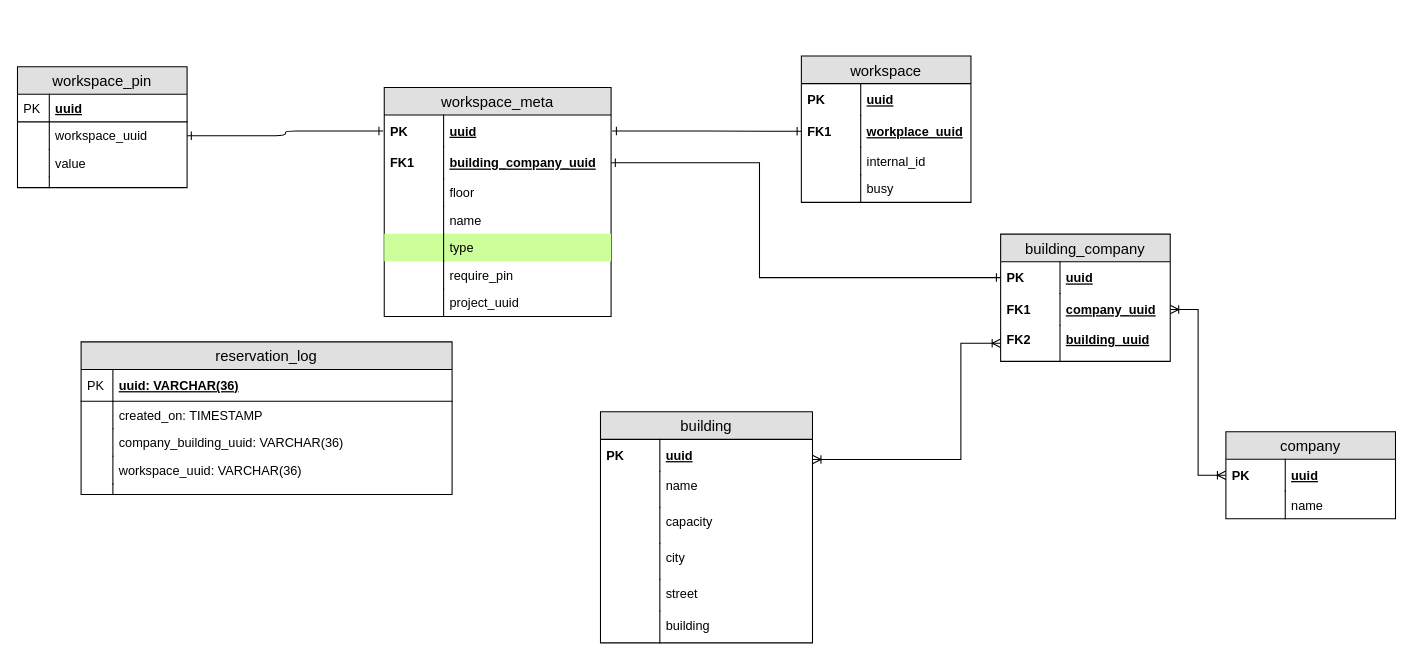
The draw.io diagram workplace-reservation-service-erd.drawio in Hunkizzz/project-zebra-diagrams, before the edit. Source tidied: cells renumbered, new cells numbered last; positions are measured from the earlier drawing's top-left corner, leaving out a move shared by most shapes. Both pictures are drawn from the tidied source at 106%, with x=0, y=0 at pixel (17, 55).
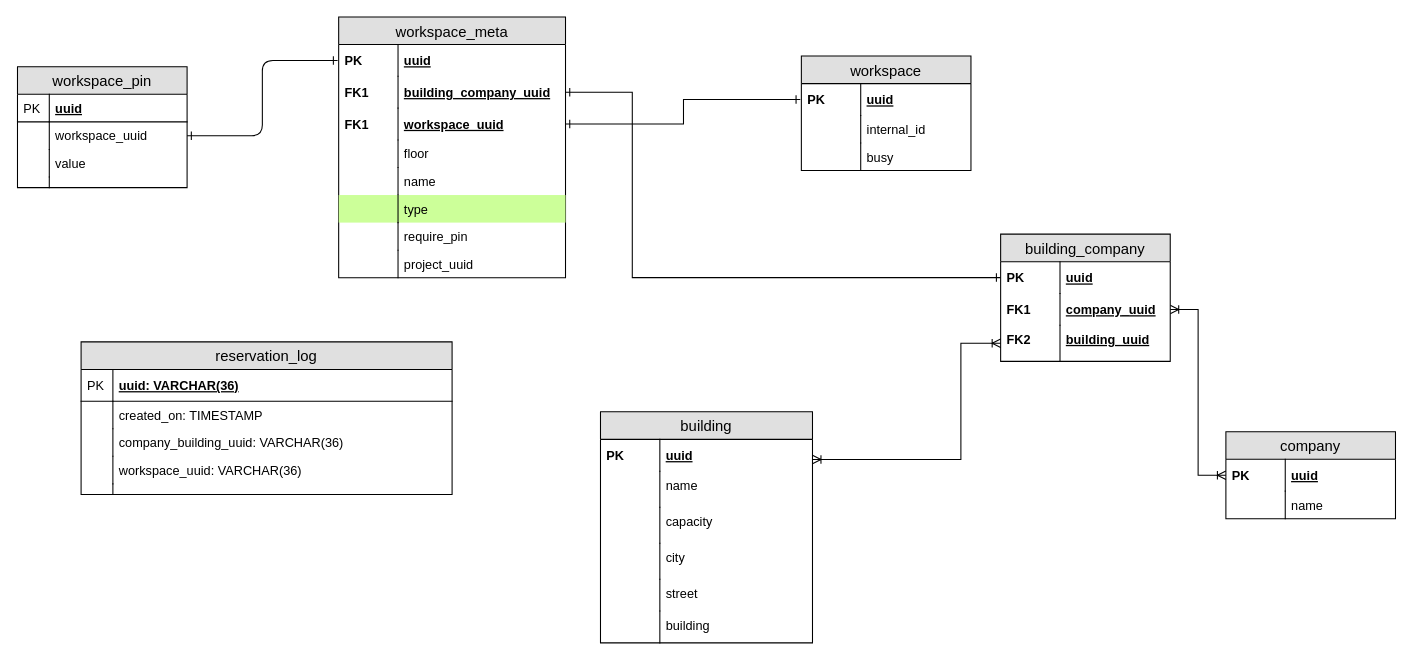
After the change.

Unchanged cells that the change refers to:
```xml
<mxCell id="8" value="uuid" style="shape=partialRectangle;top=0;left=0;right=0;bottom=0;align=left;verticalAlign=middle;fillColor=none;spacingLeft=60;spacingRight=4;overflow=hidden;points=[[0,0.5],[1,0.5]];portConstraint=eastwest;fontStyle=5;fontSize=12;perimeterSpacing=1;" parent="7" vertex="1">
  <mxGeometry y="26" width="160" height="30" as="geometry" />
</mxCell>
<mxCell id="32" value="uuid" style="shape=partialRectangle;top=0;left=0;right=0;bottom=0;align=left;verticalAlign=middle;fillColor=none;spacingLeft=60;spacingRight=4;overflow=hidden;points=[[0,0.5],[1,0.5]];portConstraint=eastwest;fontStyle=5;fontSize=12;" parent="31" vertex="1">
  <mxGeometry y="26" width="160" height="30" as="geometry" />
</mxCell>
<mxCell id="51" value="uuid" style="shape=partialRectangle;top=0;left=0;right=0;bottom=0;align=left;verticalAlign=middle;fillColor=none;spacingLeft=60;spacingRight=4;overflow=hidden;points=[[0,0.5],[1,0.5]];portConstraint=eastwest;fontStyle=5;fontSize=12;perimeterSpacing=1;" parent="50" vertex="1">
  <mxGeometry y="26" width="214" height="30" as="geometry" />
</mxCell>
<mxCell id="53" value="building_company_uuid" style="shape=partialRectangle;top=0;left=0;right=0;bottom=0;align=left;verticalAlign=middle;fillColor=none;spacingLeft=60;spacingRight=4;overflow=hidden;points=[[0,0.5],[1,0.5]];portConstraint=eastwest;fontStyle=5;fontSize=12;" parent="50" vertex="1">
  <mxGeometry y="56" width="214" height="30" as="geometry" />
</mxCell>
```

The edit, as a diff of the source:
```diff
@@
     <mxCell id="7" value="workspace" style="swimlane;fontStyle=0;horizontal=1;startSize=26;fillColor=#e0e0e0;swimlaneFillColor=#ffffff;align=center;fontSize=14;" parent="1" vertex="1">
-      <mxGeometry x="739.5" y="0.4" width="160" height="138" as="geometry" />
+      <mxGeometry x="739.5" y="0.4" width="160" height="108" as="geometry" />
     </mxCell>
@@
-    <mxCell id="10" value="workplace_uuid" style="shape=partialRectangle;top=0;left=0;right=0;bottom=0;align=left;verticalAlign=middle;fillColor=none;spacingLeft=60;spacingRight=4;overflow=hidden;points=[[0,0.5],[1,0.5]];portConstraint=eastwest;fontStyle=5;fontSize=12;" parent="7" vertex="1">
-      <mxGeometry y="56" width="160" height="30" as="geometry" />
-    </mxCell>
-    <mxCell id="11" value="FK1" style="shape=partialRectangle;fontStyle=1;top=0;left=0;bottom=0;fillColor=none;align=left;verticalAlign=middle;spacingLeft=4;spacingRight=4;overflow=hidden;fontSize=12;" parent="10" vertex="1">
-      <mxGeometry width="56" height="30" as="geometry" />
-    </mxCell>
     <mxCell id="12" value="internal_id" style="shape=partialRectangle;top=0;left=0;right=0;bottom=0;align=left;verticalAlign=top;fillColor=none;spacingLeft=60;spacingRight=4;overflow=hidden;fontSize=12;" parent="7" vertex="1">
-      <mxGeometry y="86" width="160" height="26" as="geometry" />
+      <mxGeometry y="56" width="160" height="26" as="geometry" />
     </mxCell>
@@
     <mxCell id="14" value="busy" style="shape=partialRectangle;top=0;left=0;right=0;bottom=0;align=left;verticalAlign=top;fillColor=none;spacingLeft=60;spacingRight=4;overflow=hidden;fontSize=12;" parent="7" vertex="1">
-      <mxGeometry y="112" width="160" height="26" as="geometry" />
+      <mxGeometry y="82" width="160" height="26" as="geometry" />
     </mxCell>
@@
     <mxCell id="29" style="edgeStyle=orthogonalEdgeStyle;rounded=0;jettySize=auto;html=1;entryX=0;entryY=0.5;entryDx=0;entryDy=0;startArrow=ERone;startFill=0;endArrow=ERone;endFill=0;exitX=1;exitY=0.5;exitDx=0;exitDy=0;" parent="1" edge="1" source="53" target="32">
       <mxGeometry relative="1" as="geometry">
         <Array as="points">
-          <mxPoint x="700" y="101" />
-          <mxPoint x="700" y="209" />
+          <mxPoint x="580" y="35" />
+          <mxPoint x="580" y="210" />
         </Array>
       </mxGeometry>
     </mxCell>
@@
     <mxCell id="50" value="workspace_meta" style="swimlane;fontStyle=0;horizontal=1;startSize=26;fillColor=#e0e0e0;swimlaneFillColor=#ffffff;align=center;fontSize=14;" parent="1" vertex="1">
-      <mxGeometry x="346" y="30" width="214" height="216" as="geometry" />
+      <mxGeometry x="303" y="-36.5" width="214" height="246" as="geometry" />
     </mxCell>
@@
+    <mxCell id="76" value="workspace_uuid" style="shape=partialRectangle;top=0;left=0;right=0;bottom=0;align=left;verticalAlign=middle;fillColor=none;spacingLeft=60;spacingRight=4;overflow=hidden;points=[[0,0.5],[1,0.5]];portConstraint=eastwest;fontStyle=5;fontSize=12;" parent="50" vertex="1">
+      <mxGeometry y="86" width="214" height="30" as="geometry" />
+    </mxCell>
+    <mxCell id="11" value="FK1" style="shape=partialRectangle;fontStyle=1;top=0;left=0;bottom=0;fillColor=none;align=left;verticalAlign=middle;spacingLeft=4;spacingRight=4;overflow=hidden;fontSize=12;" parent="76" vertex="1">
+      <mxGeometry width="56" height="30" as="geometry" />
+    </mxCell>
     <mxCell id="55" value="floor" style="shape=partialRectangle;top=0;left=0;right=0;bottom=0;align=left;verticalAlign=top;fillColor=none;spacingLeft=60;spacingRight=4;overflow=hidden;fontSize=12;" parent="50" vertex="1">
-      <mxGeometry y="86" width="214" height="26" as="geometry" />
+      <mxGeometry y="116" width="214" height="26" as="geometry" />
     </mxCell>
@@
     <mxCell id="57" value="name" style="shape=partialRectangle;top=0;left=0;right=0;bottom=0;align=left;verticalAlign=top;fillColor=none;spacingLeft=60;spacingRight=4;overflow=hidden;fontSize=12;" parent="50" vertex="1">
-      <mxGeometry y="112" width="214" height="26" as="geometry" />
+      <mxGeometry y="142" width="214" height="26" as="geometry" />
     </mxCell>
@@
     <mxCell id="59" value="type" style="shape=partialRectangle;top=0;left=0;right=0;bottom=0;align=left;verticalAlign=top;fillColor=#CCFF99;spacingLeft=60;spacingRight=4;overflow=hidden;fontSize=12;" parent="50" vertex="1">
-      <mxGeometry y="138" width="214" height="26" as="geometry" />
+      <mxGeometry y="168" width="214" height="26" as="geometry" />
     </mxCell>
@@
     <mxCell id="61" value="require_pin " style="shape=partialRectangle;top=0;left=0;right=0;bottom=0;align=left;verticalAlign=top;fillColor=none;spacingLeft=60;spacingRight=4;overflow=hidden;fontSize=12;" parent="50" vertex="1">
-      <mxGeometry y="164" width="214" height="26" as="geometry" />
+      <mxGeometry y="194" width="214" height="26" as="geometry" />
     </mxCell>
@@
     <mxCell id="63" value="project_uuid" style="shape=partialRectangle;top=0;left=0;right=0;bottom=0;align=left;verticalAlign=top;fillColor=none;spacingLeft=60;spacingRight=4;overflow=hidden;fontSize=12;" parent="50" vertex="1">
-      <mxGeometry y="190" width="214" height="26" as="geometry" />
+      <mxGeometry y="220" width="214" height="26" as="geometry" />
     </mxCell>
@@
-    <mxCell id="65" style="edgeStyle=orthogonalEdgeStyle;rounded=0;jettySize=auto;html=1;exitX=1;exitY=0.5;exitDx=0;exitDy=0;entryX=0;entryY=0.5;entryDx=0;entryDy=0;endArrow=ERone;endFill=0;startArrow=ERone;startFill=0;" parent="1" edge="1" source="51" target="10">
+    <mxCell id="65" style="edgeStyle=orthogonalEdgeStyle;rounded=0;jettySize=auto;html=1;exitX=1;exitY=0.5;exitDx=0;exitDy=0;entryX=0;entryY=0.5;entryDx=0;entryDy=0;endArrow=ERone;endFill=0;startArrow=ERone;startFill=0;" parent="1" edge="1" source="76" target="8">
       <mxGeometry relative="1" as="geometry" />
     </mxCell>
```
